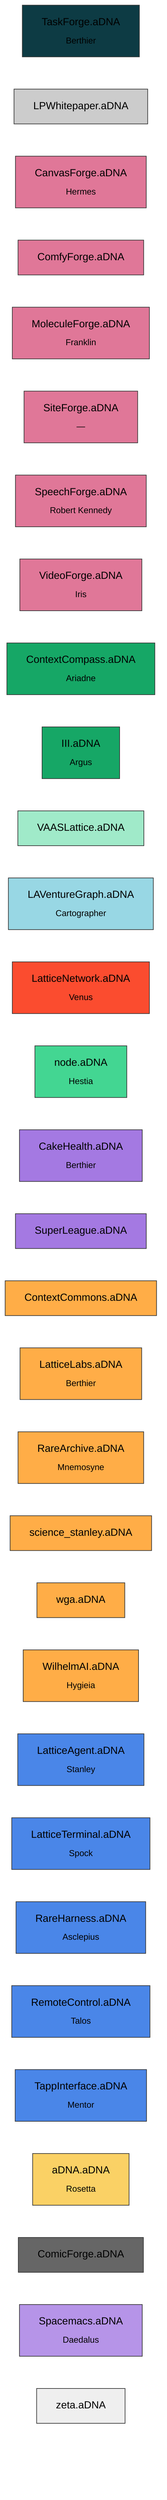
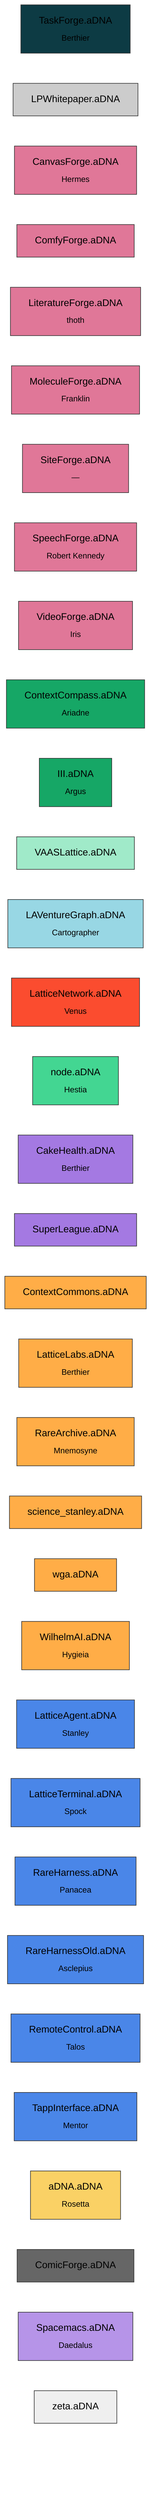
flowchart LR
  TaskForge.aDNA["TaskForge.aDNA<br><sub>Berthier</sub>"]:::classcoordination
  LPWhitepaper.aDNA["LPWhitepaper.aDNA"]:::classdocument
  CanvasForge.aDNA["CanvasForge.aDNA<br><sub>Hermes</sub>"]:::classforge
  ComfyForge.aDNA["ComfyForge.aDNA"]:::classforge
+   literatureforge["LiteratureForge.aDNA<br><sub>thoth</sub>"]:::classforge
  MoleculeForge.aDNA["MoleculeForge.aDNA<br><sub>Franklin</sub>"]:::classforge
  SiteForge.aDNA["SiteForge.aDNA<br><sub>—</sub>"]:::classforge
  SpeechForge.aDNA["SpeechForge.aDNA<br><sub>Robert Kennedy</sub>"]:::classforge
  VideoForge.aDNA["VideoForge.aDNA<br><sub>Iris</sub>"]:::classforge
  ContextCompass.aDNA["ContextCompass.aDNA<br><sub>Ariadne</sub>"]:::classframework
  III.aDNA["III.aDNA<br><sub>Argus</sub>"]:::classframework
  VAASLattice.aDNA["VAASLattice.aDNA"]:::classframeworkcandidate
  LAVentureGraph.aDNA["LAVentureGraph.aDNA<br><sub>Cartographer</sub>"]:::classknowledgegraph
  LatticeNetwork.aDNA["LatticeNetwork.aDNA<br><sub>Venus</sub>"]:::classnetwork
  node.aDNA["node.aDNA<br><sub>Hestia</sub>"]:::classnodeoperational
  CakeHealth.aDNA["CakeHealth.aDNA<br><sub>Berthier</sub>"]:::classorggraph
  SuperLeague.aDNA["SuperLeague.aDNA"]:::classorggraph
  ContextCommons.aDNA["ContextCommons.aDNA"]:::classorgvault
  LatticeLabs.aDNA["LatticeLabs.aDNA<br><sub>Berthier</sub>"]:::classorgvault
  RareArchive.aDNA["RareArchive.aDNA<br><sub>Mnemosyne</sub>"]:::classorgvault
  science_stanley.aDNA["science_stanley.aDNA"]:::classorgvault
  wga.aDNA["wga.aDNA"]:::classorgvault
  WilhelmAI.aDNA["WilhelmAI.aDNA<br><sub>Hygieia</sub>"]:::classorgvault
  LatticeAgent.aDNA["LatticeAgent.aDNA<br><sub>Stanley</sub>"]:::classplatform
  LatticeTerminal.aDNA["LatticeTerminal.aDNA<br><sub>Spock</sub>"]:::classplatform
-   RareHarness.aDNA["RareHarness.aDNA<br><sub>Asclepius</sub>"]:::classplatform
+   RareHarness.aDNA["RareHarness.aDNA<br><sub>Panacea</sub>"]:::classplatform
+   RareHarnessOld.aDNA["RareHarnessOld.aDNA<br><sub>Asclepius</sub>"]:::classplatform
  RemoteControl.aDNA["RemoteControl.aDNA<br><sub>Talos</sub>"]:::classplatform
  TappInterface.aDNA["TappInterface.aDNA<br><sub>Mentor</sub>"]:::classplatform
  aDNA.aDNA["aDNA.aDNA<br><sub>Rosetta</sub>"]:::classstandarddev
  ComicForge.aDNA["ComicForge.aDNA"]:::classsuperseded
  Spacemacs.aDNA["Spacemacs.aDNA<br><sub>Daedalus</sub>"]:::classtooling
  zeta.aDNA["zeta.aDNA"]:::classworkspace


  classDef classforge fill:#e07798,stroke:#333,color:#000
  classDef classframework fill:#16a766,stroke:#333,color:#000
  classDef classframeworkcandidate fill:#a0eac9,stroke:#333,color:#000
  classDef classplatform fill:#4a86e8,stroke:#333,color:#000
  classDef classorgvault fill:#ffad47,stroke:#333,color:#000
  classDef classstandarddev fill:#fad165,stroke:#333,color:#000
  classDef classorggraph fill:#a479e2,stroke:#333,color:#000
  classDef classnetwork fill:#fb4c2f,stroke:#333,color:#000
  classDef classnodeoperational fill:#43d692,stroke:#333,color:#000
  classDef classcoordination fill:#0d3b44,stroke:#333,color:#000
  classDef classdocument fill:#cccccc,stroke:#333,color:#000
  classDef classknowledgegraph fill:#98d7e4,stroke:#333,color:#000
  classDef classtooling fill:#b694e8,stroke:#333,color:#000
  classDef classworkspace fill:#efefef,stroke:#333,color:#000
  classDef classsuperseded fill:#666666,stroke:#333,color:#000
